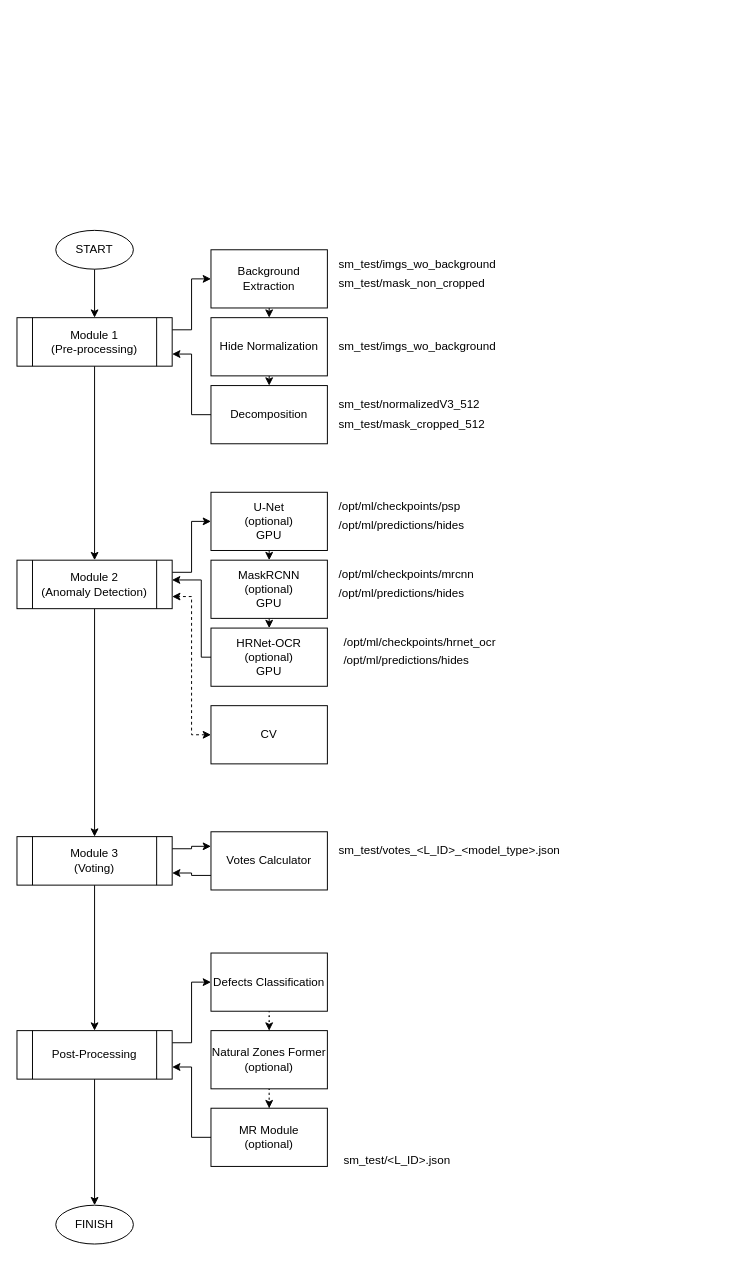
The draw.io diagram local_defect.drawio in Mike335207/work, before the edit. Source tidied: cells renumbered, new cells numbered last; positions are measured from the earlier drawing's top-left corner, leaving out a move shared by most shapes. Both pictures are drawn from the tidied source at 97%, with x=0, y=0 at pixel (16, 230).
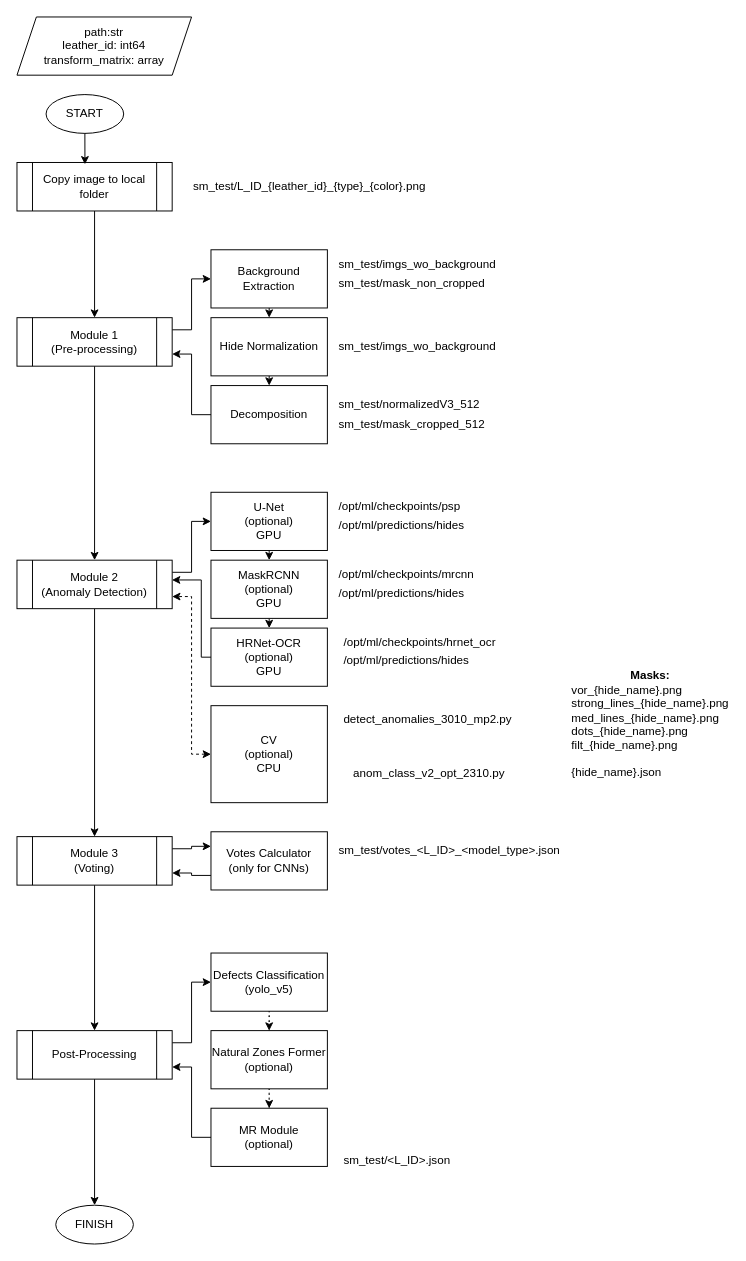
Above is the later version.

Unchanged cells that the change refers to:
```xml
<mxCell id="4" value="Module 1&lt;br&gt;(Pre-processing)" style="shape=process;whiteSpace=wrap;html=1;backgroundOutline=1;" parent="1" vertex="1">
  <mxGeometry y="90" width="160" height="50" as="geometry" />
</mxCell>
```

Change to the diagram source:
```diff
@@
-    <mxCell id="27" value="Votes Calculator" style="rounded=0;whiteSpace=wrap;html=1;" parent="1" vertex="1">
+    <mxCell id="27" value="Votes Calculator&lt;br&gt;(only for CNNs)" style="rounded=0;whiteSpace=wrap;html=1;" parent="1" vertex="1">
       <mxGeometry x="200" y="620" width="120" height="60" as="geometry" />
     </mxCell>
@@
-    <mxCell id="29" value="Defects Classification" style="rounded=0;whiteSpace=wrap;html=1;" parent="1" vertex="1">
+    <mxCell id="29" value="Defects Classification&lt;br&gt;(yolo_v5)" style="rounded=0;whiteSpace=wrap;html=1;" parent="1" vertex="1">
       <mxGeometry x="200" y="745" width="120" height="60" as="geometry" />
     </mxCell>
@@
-    <mxCell id="34" style="edgeStyle=orthogonalEdgeStyle;rounded=0;jettySize=auto;html=1;exitX=0.5;exitY=1;exitDx=0;exitDy=0;entryX=0.5;entryY=0;entryDx=0;entryDy=0;" parent="1" edge="1" source="35" target="4">
-      <mxGeometry relative="1" as="geometry" />
-    </mxCell>
     <mxCell id="35" value="START" style="ellipse;whiteSpace=wrap;html=1;" parent="1" vertex="1">
-      <mxGeometry x="40" width="80" height="40" as="geometry" />
+      <mxGeometry x="30" y="-140" width="80" height="40" as="geometry" />
     </mxCell>
@@
-    <mxCell id="51" value="CV" style="rounded=0;whiteSpace=wrap;html=1;" parent="1" vertex="1">
-      <mxGeometry x="200" y="490" width="120" height="60" as="geometry" />
+    <mxCell id="51" value="CV&lt;br&gt;(optional)&lt;br&gt;CPU" style="rounded=0;whiteSpace=wrap;html=1;" parent="1" vertex="1">
+      <mxGeometry x="200" y="490" width="120" height="100" as="geometry" />
     </mxCell>
+    <mxCell id="52" value="path:str&lt;br&gt;leather_id: int64&lt;br&gt;transform_matrix: array" style="shape=parallelogram;perimeter=parallelogramPerimeter;whiteSpace=wrap;html=1;fixedSize=1;align=center;" parent="1" vertex="1">
+      <mxGeometry y="-220" width="180" height="60" as="geometry" />
+    </mxCell>
+    <mxCell id="53" value="sm_test/L_ID_{leather_id}_{type}_{color}.png" style="text;html=1;align=left;verticalAlign=middle;strokeColor=none;fillColor=none;" parent="1" vertex="1">
+      <mxGeometry x="180" y="-60" width="260" height="30" as="geometry" />
+    </mxCell>
+    <mxCell id="54" style="edgeStyle=orthogonalEdgeStyle;rounded=0;jettySize=auto;html=1;exitX=0.5;exitY=1;exitDx=0;exitDy=0;" parent="1" edge="1" source="55" target="4">
+      <mxGeometry relative="1" as="geometry" />
+    </mxCell>
+    <mxCell id="55" value="Copy image to local folder" style="shape=process;whiteSpace=wrap;html=1;backgroundOutline=1;" parent="1" vertex="1">
+      <mxGeometry y="-70" width="160" height="50" as="geometry" />
+    </mxCell>
+    <mxCell id="56" style="edgeStyle=orthogonalEdgeStyle;rounded=0;jettySize=auto;html=1;exitX=0.5;exitY=1;exitDx=0;exitDy=0;entryX=0.438;entryY=0.039;entryDx=0;entryDy=0;entryPerimeter=0;" parent="1" edge="1" source="35" target="55">
+      <mxGeometry relative="1" as="geometry" />
+    </mxCell>
+    <mxCell id="57" value="detect_anomalies_3010_mp2.py" style="text;whiteSpace=wrap;html=1;" parent="1" vertex="1">
+      <mxGeometry x="335" y="490" width="195" height="40" as="geometry" />
+    </mxCell>
+    <mxCell id="58" value="anom_class_v2_opt_2310.py" style="text;html=1;strokeColor=none;fillColor=none;align=center;verticalAlign=middle;whiteSpace=wrap;rounded=0;" parent="1" vertex="1">
+      <mxGeometry x="395" y="545" width="60" height="30" as="geometry" />
+    </mxCell>
+    <mxCell id="59" value="&lt;div style=&quot;text-align: center;&quot;&gt;&lt;span style=&quot;background-color: initial;&quot;&gt;&lt;b&gt;Masks:&lt;/b&gt;&lt;/span&gt;&lt;/div&gt;vor_{hide_name}.png&lt;br&gt;strong_lines_{hide_name}.png&lt;br&gt;med_lines_{hide_name}.png&lt;br&gt;dots_{hide_name}.png&lt;br&gt;filt_{hide_name}.png" style="text;html=1;strokeColor=none;fillColor=none;align=left;verticalAlign=middle;whiteSpace=wrap;rounded=0;" parent="1" vertex="1">
+      <mxGeometry x="570" y="470" width="148" height="50" as="geometry" />
+    </mxCell>
+    <mxCell id="60" value="{hide_name}.json" style="text;whiteSpace=wrap;html=1;" parent="1" vertex="1">
+      <mxGeometry x="570" y="545" width="160" height="30" as="geometry" />
+    </mxCell>
```
